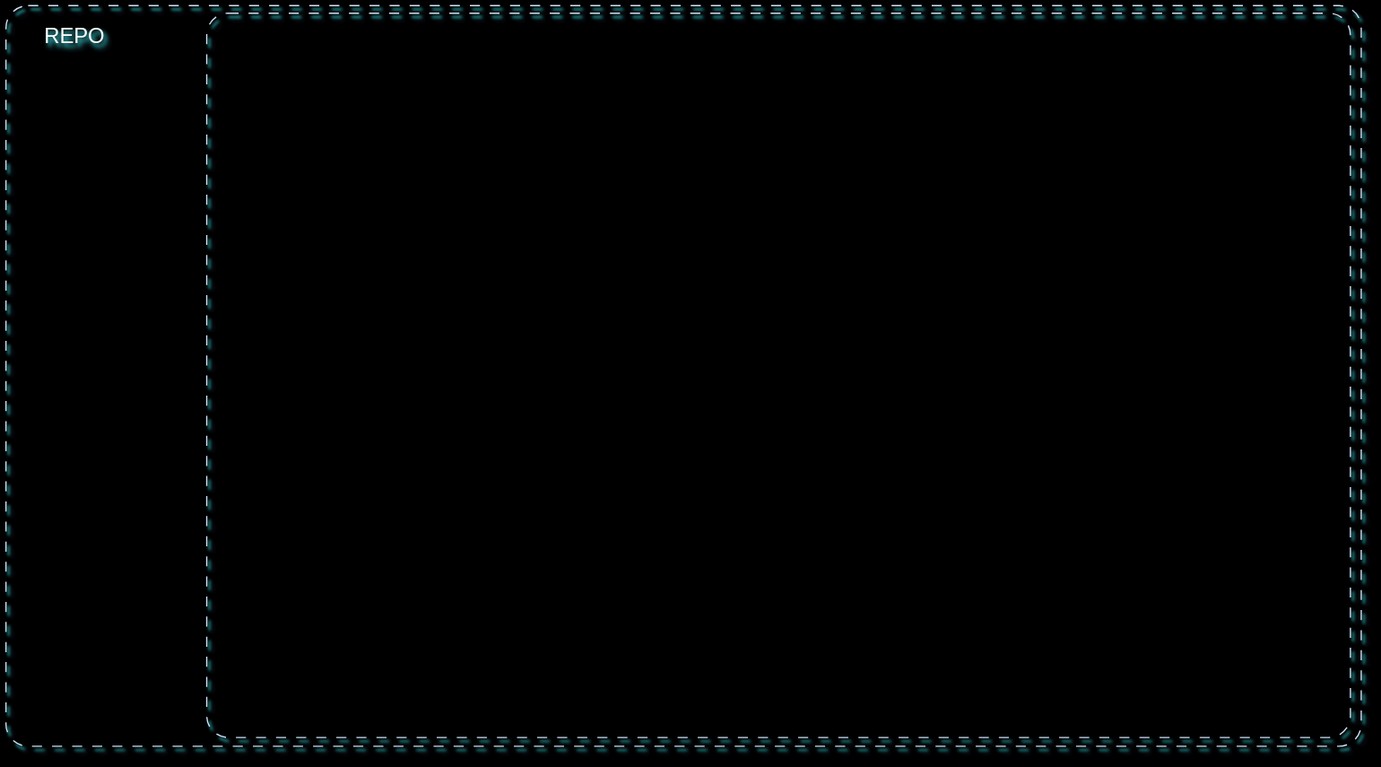
The draw.io diagram spring-batch-design.drawio.svg in gsaukov/spring-batch-demo, before a commit. Source tidied: cells renumbered, new cells last; positions are measured from the earlier drawing's top-left corner, leaving out a move shared by most shapes. Source of this version:
```xml
<mxGraphModel background="#000000" shadow="1">
  <root>
    <mxCell id="0" />
    <mxCell id="1" parent="0" />
    <mxCell id="2" style="rounded=1;whiteSpace=wrap;html=1;shadow=1;arcSize=3;fillColor=none;glass=0;perimeterSpacing=0;labelBorderColor=none;shadowOffsetX=2;shadowOpacity=80;shadowColor=#33FFFF;strokeColor=#D4E1F5;dashed=1;dashPattern=8 8;strokeWidth=1;shadowBlur=1;" parent="1" vertex="1">
      <mxGeometry width="1080" height="590" as="geometry" />
    </mxCell>
    <mxCell id="3" value="REPO" style="text;html=1;strokeColor=none;fillColor=none;align=center;verticalAlign=middle;whiteSpace=wrap;rounded=0;shadow=1;sketch=0;shadowColor=#33FFFF;textShadow=1;fontColor=#FFFFFF;shadowOpacity=80;fontSize=17;" parent="1" vertex="1">
      <mxGeometry width="110" height="50" as="geometry" />
    </mxCell>
    <mxCell id="4" style="rounded=1;whiteSpace=wrap;html=1;shadow=1;arcSize=3;fillColor=none;glass=0;perimeterSpacing=0;labelBorderColor=none;shadowOffsetX=2;shadowOpacity=80;shadowColor=#33FFFF;strokeColor=#D4E1F5;dashed=1;dashPattern=8 8;strokeWidth=1;shadowBlur=1;" parent="1" vertex="1">
      <mxGeometry x="160" y="6" width="911.4" height="577" as="geometry" />
    </mxCell>
  </root>
</mxGraphModel>
```
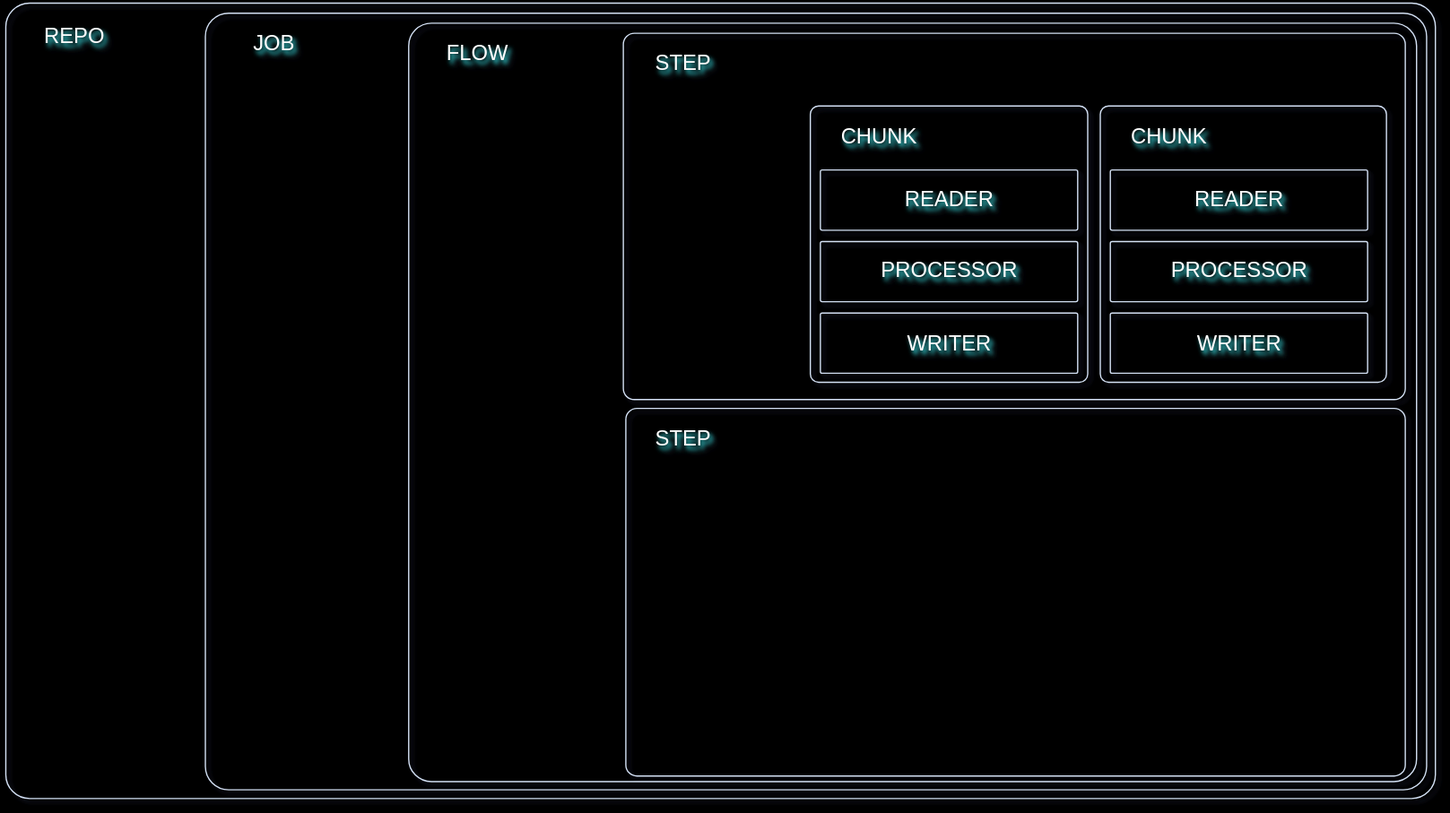
Above is the later version.

What changed in the source:
```diff
@@ -2,14 +2,83 @@
   <root>
     <mxCell id="0" />
     <mxCell id="1" parent="0" />
-    <mxCell id="2" style="rounded=1;whiteSpace=wrap;html=1;shadow=1;arcSize=3;fillColor=none;glass=0;perimeterSpacing=0;labelBorderColor=none;shadowOffsetX=2;shadowOpacity=80;shadowColor=#33FFFF;strokeColor=#D4E1F5;dashed=1;dashPattern=8 8;strokeWidth=1;shadowBlur=1;" parent="1" vertex="1">
-      <mxGeometry width="1080" height="590" as="geometry" />
+    <mxCell id="2" style="rounded=1;whiteSpace=wrap;html=1;shadow=0;arcSize=3;fillColor=none;glass=0;perimeterSpacing=0;labelBorderColor=none;shadowOffsetX=2;shadowOpacity=80;shadowColor=#33FFFF;strokeColor=#D4E1F5;strokeWidth=1;shadowBlur=1;shadowOffsetY=2;" parent="1" vertex="1">
+      <mxGeometry x="-25" y="43" width="1139" height="634" as="geometry" />
     </mxCell>
     <mxCell id="3" value="REPO" style="text;html=1;strokeColor=none;fillColor=none;align=center;verticalAlign=middle;whiteSpace=wrap;rounded=0;shadow=1;sketch=0;shadowColor=#33FFFF;textShadow=1;fontColor=#FFFFFF;shadowOpacity=80;fontSize=17;" parent="1" vertex="1">
-      <mxGeometry width="110" height="50" as="geometry" />
+      <mxGeometry x="-25" y="45" width="110" height="50" as="geometry" />
     </mxCell>
-    <mxCell id="4" style="rounded=1;whiteSpace=wrap;html=1;shadow=1;arcSize=3;fillColor=none;glass=0;perimeterSpacing=0;labelBorderColor=none;shadowOffsetX=2;shadowOpacity=80;shadowColor=#33FFFF;strokeColor=#D4E1F5;dashed=1;dashPattern=8 8;strokeWidth=1;shadowBlur=1;" parent="1" vertex="1">
-      <mxGeometry x="160" y="6" width="911.4" height="577" as="geometry" />
+    <mxCell id="4" style="rounded=1;whiteSpace=wrap;html=1;shadow=0;arcSize=3;fillColor=none;glass=0;perimeterSpacing=0;labelBorderColor=none;shadowOffsetX=2;shadowOpacity=80;shadowColor=#33FFFF;strokeColor=#D4E1F5;strokeWidth=1;shadowBlur=1;" parent="1" vertex="1">
+      <mxGeometry x="134" y="51" width="973" height="619" as="geometry" />
     </mxCell>
+    <mxCell id="5" value="JOB" style="text;html=1;strokeColor=none;fillColor=none;align=center;verticalAlign=middle;whiteSpace=wrap;rounded=0;shadow=1;sketch=0;shadowColor=#33FFFF;textShadow=1;fontColor=#FFFFFF;shadowOpacity=80;fontSize=17;" parent="1" vertex="1">
+      <mxGeometry x="134" y="51" width="110" height="50" as="geometry" />
+    </mxCell>
+    <mxCell id="6" style="rounded=1;whiteSpace=wrap;html=1;shadow=0;arcSize=3;fillColor=none;glass=0;perimeterSpacing=0;labelBorderColor=none;shadowOffsetX=2;shadowOpacity=80;shadowColor=#33FFFF;strokeColor=#D4E1F5;strokeWidth=1;shadowBlur=1;" parent="1" vertex="1">
+      <mxGeometry x="296" y="59" width="803" height="604.5" as="geometry" />
+    </mxCell>
+    <mxCell id="7" value="FLOW" style="text;html=1;strokeColor=none;fillColor=none;align=center;verticalAlign=middle;whiteSpace=wrap;rounded=0;shadow=1;sketch=0;shadowColor=#33FFFF;textShadow=1;fontColor=#FFFFFF;shadowOpacity=80;fontSize=17;" parent="1" vertex="1">
+      <mxGeometry x="296" y="59" width="110" height="50" as="geometry" />
+    </mxCell>
+    <mxCell id="8" style="rounded=1;whiteSpace=wrap;html=1;shadow=0;arcSize=3;fillColor=none;glass=0;perimeterSpacing=0;labelBorderColor=none;shadowOffsetX=2;shadowOpacity=80;shadowColor=#33FFFF;strokeColor=#D4E1F5;strokeWidth=1;shadowBlur=1;" parent="1" vertex="1">
+      <mxGeometry x="467" y="67" width="623" height="292" as="geometry" />
+    </mxCell>
+    <mxCell id="9" value="STEP" style="text;html=1;strokeColor=none;fillColor=none;align=center;verticalAlign=middle;whiteSpace=wrap;rounded=0;shadow=1;sketch=0;shadowColor=#33FFFF;textShadow=1;fontColor=#FFFFFF;shadowOpacity=80;fontSize=17;" parent="1" vertex="1">
+      <mxGeometry x="460" y="67" width="110" height="50" as="geometry" />
+    </mxCell>
+    <mxCell id="10" style="rounded=1;whiteSpace=wrap;html=1;shadow=0;arcSize=3;fillColor=none;glass=0;perimeterSpacing=0;labelBorderColor=none;shadowOffsetX=2;shadowOpacity=80;shadowColor=#33FFFF;strokeColor=#D4E1F5;strokeWidth=1;shadowBlur=1;" parent="1" vertex="1">
+      <mxGeometry x="469" y="366" width="621" height="293" as="geometry" />
+    </mxCell>
+    <mxCell id="11" value="STEP" style="text;html=1;strokeColor=none;fillColor=none;align=center;verticalAlign=middle;whiteSpace=wrap;rounded=0;shadow=1;sketch=0;shadowColor=#33FFFF;textShadow=1;fontColor=#FFFFFF;shadowOpacity=80;fontSize=17;" parent="1" vertex="1">
+      <mxGeometry x="460" y="366" width="110" height="50" as="geometry" />
+    </mxCell>
+    <mxCell id="12" style="rounded=1;whiteSpace=wrap;html=1;shadow=0;arcSize=3;fillColor=none;glass=0;perimeterSpacing=0;labelBorderColor=none;shadowOffsetX=2;shadowOpacity=80;shadowColor=#33FFFF;strokeColor=#D4E1F5;strokeWidth=1;shadowBlur=1;" parent="1" vertex="1">
+      <mxGeometry x="616" y="125" width="221" height="220.2" as="geometry" />
+    </mxCell>
+    <mxCell id="13" style="rounded=1;whiteSpace=wrap;html=1;shadow=0;arcSize=3;fillColor=none;glass=0;perimeterSpacing=0;labelBorderColor=none;shadowOffsetX=2;shadowOpacity=80;shadowColor=#33FFFF;strokeColor=#D4E1F5;strokeWidth=1;shadowBlur=1;" parent="1" vertex="1">
+      <mxGeometry x="847" y="125" width="228" height="220.2" as="geometry" />
+    </mxCell>
+    <mxCell id="14" value="CHUNK" style="text;html=1;strokeColor=none;fillColor=none;align=center;verticalAlign=middle;whiteSpace=wrap;rounded=0;shadow=1;sketch=0;shadowColor=#33FFFF;textShadow=1;fontColor=#FFFFFF;shadowOpacity=80;fontSize=17;" parent="1" vertex="1">
+      <mxGeometry x="616" y="125" width="110" height="50" as="geometry" />
+    </mxCell>
+    <mxCell id="15" style="rounded=1;whiteSpace=wrap;html=1;shadow=0;arcSize=3;fillColor=none;glass=0;perimeterSpacing=0;labelBorderColor=none;shadowOffsetX=2;shadowOpacity=80;shadowColor=#33FFFF;strokeColor=#D4E1F5;strokeWidth=1;shadowBlur=1;" parent="1" vertex="1">
+      <mxGeometry x="624" y="176" width="205" height="48" as="geometry" />
+    </mxCell>
+    <mxCell id="16" style="rounded=1;whiteSpace=wrap;html=1;shadow=0;arcSize=3;fillColor=none;glass=0;perimeterSpacing=0;labelBorderColor=none;shadowOffsetX=2;shadowOpacity=80;shadowColor=#33FFFF;strokeColor=#D4E1F5;strokeWidth=1;shadowBlur=1;" parent="1" vertex="1">
+      <mxGeometry x="624" y="233" width="205" height="48" as="geometry" />
+    </mxCell>
+    <mxCell id="17" style="rounded=1;whiteSpace=wrap;html=1;shadow=0;arcSize=3;fillColor=none;glass=0;perimeterSpacing=0;labelBorderColor=none;shadowOffsetX=2;shadowOpacity=80;shadowColor=#33FFFF;strokeColor=#D4E1F5;strokeWidth=1;shadowBlur=1;" parent="1" vertex="1">
+      <mxGeometry x="624" y="290" width="205" height="48" as="geometry" />
+    </mxCell>
+    <mxCell id="18" value="READER" style="text;html=1;strokeColor=none;fillColor=none;align=center;verticalAlign=middle;whiteSpace=wrap;rounded=0;shadow=1;sketch=0;shadowColor=#33FFFF;textShadow=1;fontColor=#FFFFFF;shadowOpacity=80;fontSize=17;" parent="1" vertex="1">
+      <mxGeometry x="671.5" y="175" width="110" height="50" as="geometry" />
+    </mxCell>
+    <mxCell id="19" value="PROCESSOR" style="text;html=1;strokeColor=none;fillColor=none;align=center;verticalAlign=middle;whiteSpace=wrap;rounded=0;shadow=1;sketch=0;shadowColor=#33FFFF;textShadow=1;fontColor=#FFFFFF;shadowOpacity=80;fontSize=17;" parent="1" vertex="1">
+      <mxGeometry x="671.5" y="232" width="110" height="50" as="geometry" />
+    </mxCell>
+    <mxCell id="20" value="WRITER" style="text;html=1;strokeColor=none;fillColor=none;align=center;verticalAlign=middle;whiteSpace=wrap;rounded=0;shadow=1;sketch=0;shadowColor=#33FFFF;textShadow=1;fontColor=#FFFFFF;shadowOpacity=80;fontSize=17;" parent="1" vertex="1">
+      <mxGeometry x="671.5" y="290" width="110" height="50" as="geometry" />
+    </mxCell>
+    <mxCell id="21" value="CHUNK" style="text;html=1;strokeColor=none;fillColor=none;align=center;verticalAlign=middle;whiteSpace=wrap;rounded=0;shadow=1;sketch=0;shadowColor=#33FFFF;textShadow=1;fontColor=#FFFFFF;shadowOpacity=80;fontSize=17;" parent="1" vertex="1">
+      <mxGeometry x="847" y="125" width="110" height="50" as="geometry" />
+    </mxCell>
+    <mxCell id="22" style="rounded=1;whiteSpace=wrap;html=1;shadow=0;arcSize=3;fillColor=none;glass=0;perimeterSpacing=0;labelBorderColor=none;shadowOffsetX=2;shadowOpacity=80;shadowColor=#33FFFF;strokeColor=#D4E1F5;strokeWidth=1;shadowBlur=1;" parent="1" vertex="1">
+      <mxGeometry x="855" y="176" width="205" height="48" as="geometry" />
+    </mxCell>
+    <mxCell id="23" style="rounded=1;whiteSpace=wrap;html=1;shadow=0;arcSize=3;fillColor=none;glass=0;perimeterSpacing=0;labelBorderColor=none;shadowOffsetX=2;shadowOpacity=80;shadowColor=#33FFFF;strokeColor=#D4E1F5;strokeWidth=1;shadowBlur=1;" parent="1" vertex="1">
+      <mxGeometry x="855" y="233" width="205" height="48" as="geometry" />
+    </mxCell>
+    <mxCell id="24" style="rounded=1;whiteSpace=wrap;html=1;shadow=0;arcSize=3;fillColor=none;glass=0;perimeterSpacing=0;labelBorderColor=none;shadowOffsetX=2;shadowOpacity=80;shadowColor=#33FFFF;strokeColor=#D4E1F5;strokeWidth=1;shadowBlur=1;" parent="1" vertex="1">
+      <mxGeometry x="855" y="290" width="205" height="48" as="geometry" />
+    </mxCell>
+    <mxCell id="25" value="READER" style="text;html=1;strokeColor=none;fillColor=none;align=center;verticalAlign=middle;whiteSpace=wrap;rounded=0;shadow=1;sketch=0;shadowColor=#33FFFF;textShadow=1;fontColor=#FFFFFF;shadowOpacity=80;fontSize=17;" parent="1" vertex="1">
+      <mxGeometry x="902.5" y="175" width="110" height="50" as="geometry" />
+    </mxCell>
+    <mxCell id="26" value="PROCESSOR" style="text;html=1;strokeColor=none;fillColor=none;align=center;verticalAlign=middle;whiteSpace=wrap;rounded=0;shadow=1;sketch=0;shadowColor=#33FFFF;textShadow=1;fontColor=#FFFFFF;shadowOpacity=80;fontSize=17;" parent="1" vertex="1">
+      <mxGeometry x="902.5" y="232" width="110" height="50" as="geometry" />
+    </mxCell>
+    <mxCell id="27" value="WRITER" style="text;html=1;strokeColor=none;fillColor=none;align=center;verticalAlign=middle;whiteSpace=wrap;rounded=0;shadow=1;sketch=0;shadowColor=#33FFFF;textShadow=1;fontColor=#FFFFFF;shadowOpacity=80;fontSize=17;" parent="1" vertex="1">
+      <mxGeometry x="902.5" y="290" width="110" height="50" as="geometry" />
+    </mxCell>
   </root>
 </mxGraphModel>
```
